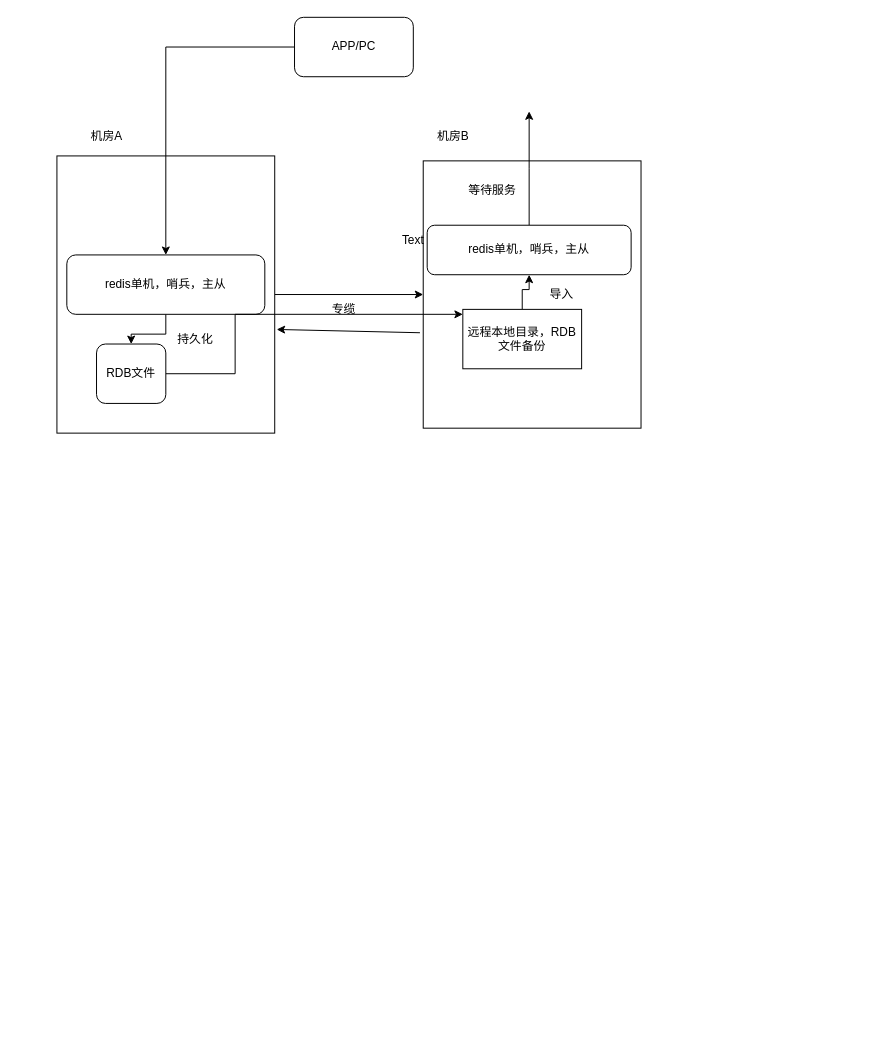
Above: graduation-common/未命名绘图.drawio in curry1028/after (draw.io), before the change. Source tidied: cells renumbered, new cells numbered last; positions are measured from the earlier drawing's top-left corner, leaving out a move shared by most shapes. Both pictures are drawn from the tidied source at 99%, with x=0, y=0 at pixel (56, 17).
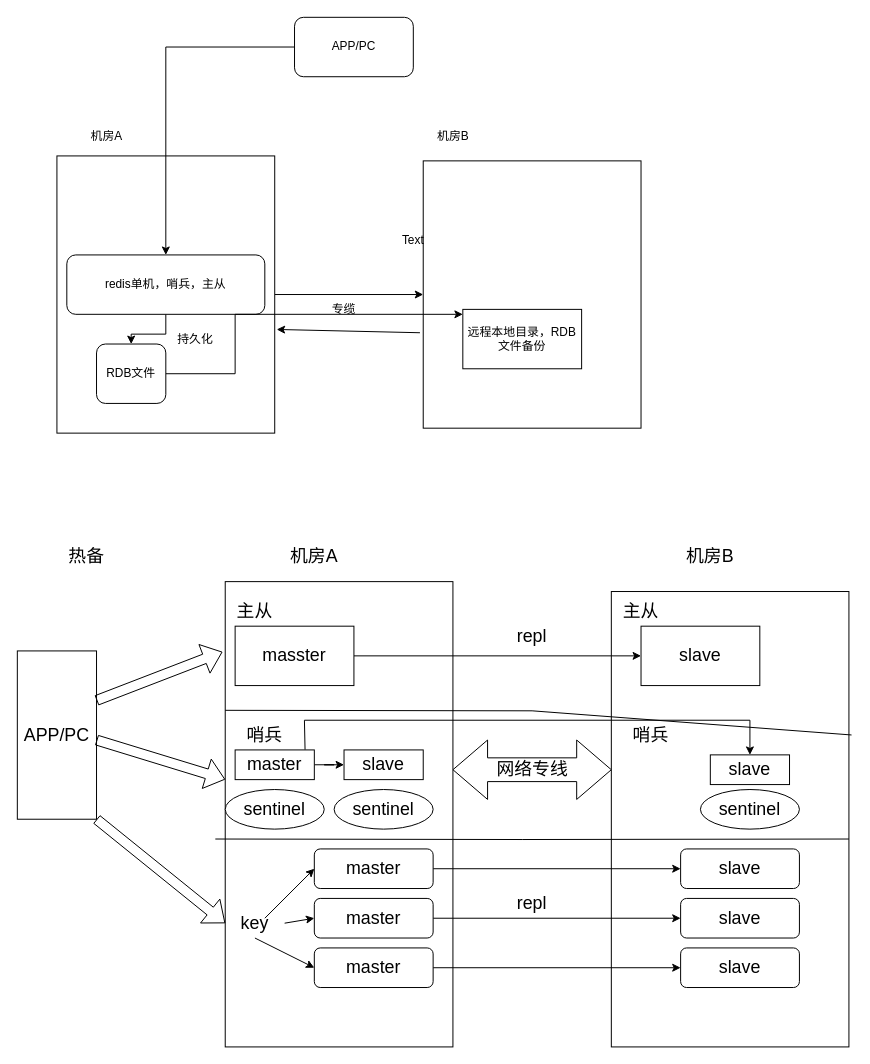
The same diagram, later.

Commit message:
更新未命名绘图.drawio

Unchanged cells that the change refers to:
```xml
<mxCell id="17" value="远程本地目录，RDB文件备份" style="rounded=0;whiteSpace=wrap;html=1;" parent="1" vertex="1">
  <mxGeometry x="410" y="295" width="120" height="60" as="geometry" />
</mxCell>
```

The edit, as a diff of the source:
```diff
@@
-    <mxCell id="16" style="edgeStyle=orthogonalEdgeStyle;rounded=0;jettySize=auto;html=1;" parent="1" edge="1" source="17" target="19">
-      <mxGeometry relative="1" as="geometry" />
-    </mxCell>
@@
-    <mxCell id="18" style="edgeStyle=orthogonalEdgeStyle;rounded=0;jettySize=auto;html=1;" parent="1" edge="1" source="19">
-      <mxGeometry relative="1" as="geometry">
-        <mxPoint x="477" y="95" as="targetPoint" />
-      </mxGeometry>
-    </mxCell>
-    <mxCell id="19" value="redis单机，哨兵，主从" style="rounded=1;whiteSpace=wrap;html=1;" parent="1" vertex="1">
-      <mxGeometry x="374" y="210" width="206" height="50" as="geometry" />
-    </mxCell>
-    <mxCell id="20" value="导入" style="text;html=1;strokeColor=none;fillColor=none;align=center;verticalAlign=middle;whiteSpace=wrap;rounded=0;" parent="1" vertex="1">
-      <mxGeometry x="480" y="265" width="60" height="30" as="geometry" />
-    </mxCell>
@@
-    <mxCell id="22" value="等待服务" style="text;html=1;strokeColor=none;fillColor=none;align=center;verticalAlign=middle;whiteSpace=wrap;rounded=0;" parent="1" vertex="1">
-      <mxGeometry x="410" y="160" width="60" height="30" as="geometry" />
-    </mxCell>
+    <mxCell id="23" style="rounded=0;whiteSpace=wrap;html=1;" parent="1" vertex="1">
+      <mxGeometry x="170" y="570" width="230" height="470" as="geometry" />
+    </mxCell>
+    <mxCell id="24" style="rounded=0;whiteSpace=wrap;html=1;" parent="1" vertex="1">
+      <mxGeometry x="560" y="580" width="240" height="460" as="geometry" />
+    </mxCell>
+    <mxCell id="25" value="&lt;font style=&quot;font-size: 18px;&quot;&gt;热备&lt;/font&gt;" style="text;html=1;strokeColor=none;fillColor=none;align=center;verticalAlign=middle;whiteSpace=wrap;rounded=0;" parent="1" vertex="1">
+      <mxGeometry x="-20" y="520" width="100" height="50" as="geometry" />
+    </mxCell>
+    <mxCell id="26" value="机房B" style="text;html=1;strokeColor=none;fillColor=none;align=center;verticalAlign=middle;whiteSpace=wrap;rounded=0;fontSize=18;" parent="1" vertex="1">
+      <mxGeometry x="630" y="530" width="60" height="30" as="geometry" />
+    </mxCell>
+    <mxCell id="27" value="机房A" style="text;html=1;strokeColor=none;fillColor=none;align=center;verticalAlign=middle;whiteSpace=wrap;rounded=0;fontSize=18;" parent="1" vertex="1">
+      <mxGeometry x="230" y="530" width="60" height="30" as="geometry" />
+    </mxCell>
+    <mxCell id="28" style="edgeStyle=orthogonalEdgeStyle;rounded=0;jettySize=auto;html=1;fontSize=18;" parent="1" edge="1" source="29" target="35">
+      <mxGeometry relative="1" as="geometry" />
+    </mxCell>
+    <mxCell id="29" value="masster" style="rounded=0;whiteSpace=wrap;html=1;fontSize=18;" parent="1" vertex="1">
+      <mxGeometry x="180" y="615" width="120" height="60" as="geometry" />
+    </mxCell>
+    <mxCell id="30" style="endArrow=none;html=1;rounded=0;fontSize=18;exitX=0;exitY=0.25;exitDx=0;exitDy=0;" parent="1" edge="1">
+      <mxGeometry relative="1" as="geometry">
+        <mxPoint x="160" y="830" as="sourcePoint" />
+        <mxPoint x="800" y="830" as="targetPoint" />
+        <Array as="points">
+          <mxPoint x="470" y="830.5" />
+        </Array>
+      </mxGeometry>
+    </mxCell>
+    <mxCell id="31" style="endArrow=none;html=1;rounded=0;fontSize=18;exitX=0;exitY=0.25;exitDx=0;exitDy=0;entryX=1.011;entryY=0.315;entryDx=0;entryDy=0;entryPerimeter=0;" parent="1" edge="1" target="24">
+      <mxGeometry relative="1" as="geometry">
+        <mxPoint x="170" y="700" as="sourcePoint" />
+        <Array as="points">
+          <mxPoint x="480" y="700.5" />
+        </Array>
+      </mxGeometry>
+    </mxCell>
+    <mxCell id="32" value="APP/PC" style="rounded=0;whiteSpace=wrap;html=1;fontSize=18;" parent="1" vertex="1">
+      <mxGeometry x="-40" y="640" width="80" height="170" as="geometry" />
+    </mxCell>
+    <mxCell id="33" value="主从" style="text;html=1;strokeColor=none;fillColor=none;align=center;verticalAlign=middle;whiteSpace=wrap;rounded=0;fontSize=18;" parent="1" vertex="1">
+      <mxGeometry x="170" y="585" width="60" height="30" as="geometry" />
+    </mxCell>
+    <mxCell id="34" value="主从" style="text;html=1;strokeColor=none;fillColor=none;align=center;verticalAlign=middle;whiteSpace=wrap;rounded=0;fontSize=18;" parent="1" vertex="1">
+      <mxGeometry x="560" y="585" width="60" height="30" as="geometry" />
+    </mxCell>
+    <mxCell id="35" value="slave" style="rounded=0;whiteSpace=wrap;html=1;fontSize=18;" parent="1" vertex="1">
+      <mxGeometry x="590" y="615" width="120" height="60" as="geometry" />
+    </mxCell>
+    <mxCell id="36" value="repl" style="text;html=1;strokeColor=none;fillColor=none;align=center;verticalAlign=middle;whiteSpace=wrap;rounded=0;fontSize=18;" parent="1" vertex="1">
+      <mxGeometry x="450" y="610" width="60" height="30" as="geometry" />
+    </mxCell>
+    <mxCell id="37" value="网络专线" style="html=1;shadow=0;dashed=0;align=center;verticalAlign=middle;shape=mxgraph.arrows2.twoWayArrow;dy=0.6;dx=35;fontSize=18;" parent="1" vertex="1">
+      <mxGeometry x="400" y="730" width="160" height="60" as="geometry" />
+    </mxCell>
+    <mxCell id="38" value="哨兵" style="text;html=1;strokeColor=none;fillColor=none;align=center;verticalAlign=middle;whiteSpace=wrap;rounded=0;fontSize=18;" parent="1" vertex="1">
+      <mxGeometry x="180" y="710" width="60" height="30" as="geometry" />
+    </mxCell>
+    <mxCell id="39" value="哨兵" style="text;html=1;strokeColor=none;fillColor=none;align=center;verticalAlign=middle;whiteSpace=wrap;rounded=0;fontSize=18;" parent="1" vertex="1">
+      <mxGeometry x="570" y="710" width="60" height="30" as="geometry" />
+    </mxCell>
+    <mxCell id="40" style="edgeStyle=orthogonalEdgeStyle;rounded=0;jettySize=auto;html=1;entryX=0;entryY=0.5;entryDx=0;entryDy=0;fontSize=18;" parent="1" edge="1" source="41" target="42">
+      <mxGeometry relative="1" as="geometry" />
+    </mxCell>
+    <mxCell id="41" value="master" style="rounded=0;whiteSpace=wrap;html=1;fontSize=18;" parent="1" vertex="1">
+      <mxGeometry x="180" y="740" width="80" height="30" as="geometry" />
+    </mxCell>
+    <mxCell id="42" value="slave" style="rounded=0;whiteSpace=wrap;html=1;fontSize=18;" parent="1" vertex="1">
+      <mxGeometry x="290" y="740" width="80" height="30" as="geometry" />
+    </mxCell>
+    <mxCell id="43" value="sentinel" style="ellipse;whiteSpace=wrap;html=1;fontSize=18;" parent="1" vertex="1">
+      <mxGeometry x="170" y="780" width="100" height="40" as="geometry" />
+    </mxCell>
+    <mxCell id="44" value="sentinel" style="ellipse;whiteSpace=wrap;html=1;fontSize=18;" parent="1" vertex="1">
+      <mxGeometry x="280" y="780" width="100" height="40" as="geometry" />
+    </mxCell>
+    <mxCell id="45" value="slave" style="rounded=0;whiteSpace=wrap;html=1;fontSize=18;" parent="1" vertex="1">
+      <mxGeometry x="660" y="745" width="80" height="30" as="geometry" />
+    </mxCell>
+    <mxCell id="46" value="sentinel" style="ellipse;whiteSpace=wrap;html=1;fontSize=18;" parent="1" vertex="1">
+      <mxGeometry x="650" y="780" width="100" height="40" as="geometry" />
+    </mxCell>
+    <mxCell id="47" style="endArrow=classic;html=1;rounded=0;fontSize=18;exitX=0.883;exitY=-0.011;exitDx=0;exitDy=0;exitPerimeter=0;" parent="1" edge="1" source="41" target="45">
+      <mxGeometry relative="1" as="geometry">
+        <Array as="points">
+          <mxPoint x="250" y="710" />
+          <mxPoint x="700" y="710" />
+        </Array>
+      </mxGeometry>
+    </mxCell>
+    <mxCell id="48" style="edgeStyle=orthogonalEdgeStyle;rounded=0;jettySize=auto;html=1;fontSize=18;" parent="1" edge="1" source="49" target="58">
+      <mxGeometry relative="1" as="geometry" />
+    </mxCell>
+    <mxCell id="49" value="master" style="rounded=1;whiteSpace=wrap;html=1;fontSize=18;" parent="1" vertex="1">
+      <mxGeometry x="260" y="840" width="120" height="40" as="geometry" />
+    </mxCell>
+    <mxCell id="50" style="edgeStyle=orthogonalEdgeStyle;rounded=0;jettySize=auto;html=1;fontSize=18;" parent="1" edge="1" source="51" target="59">
+      <mxGeometry relative="1" as="geometry" />
+    </mxCell>
+    <mxCell id="51" value="master" style="rounded=1;whiteSpace=wrap;html=1;fontSize=18;" parent="1" vertex="1">
+      <mxGeometry x="260" y="890" width="120" height="40" as="geometry" />
+    </mxCell>
+    <mxCell id="52" style="edgeStyle=orthogonalEdgeStyle;rounded=0;jettySize=auto;html=1;fontSize=18;" parent="1" edge="1" source="53" target="60">
+      <mxGeometry relative="1" as="geometry" />
+    </mxCell>
+    <mxCell id="53" value="master" style="rounded=1;whiteSpace=wrap;html=1;fontSize=18;" parent="1" vertex="1">
+      <mxGeometry x="260" y="940" width="120" height="40" as="geometry" />
+    </mxCell>
+    <mxCell id="54" value="key" style="text;html=1;strokeColor=none;fillColor=none;align=center;verticalAlign=middle;whiteSpace=wrap;rounded=0;fontSize=18;" parent="1" vertex="1">
+      <mxGeometry x="170" y="900" width="60" height="30" as="geometry" />
+    </mxCell>
+    <mxCell id="55" style="endArrow=classic;html=1;rounded=0;fontSize=18;" parent="1" edge="1">
+      <mxGeometry relative="1" as="geometry">
+        <mxPoint x="210" y="910" as="sourcePoint" />
+        <mxPoint x="260" y="860" as="targetPoint" />
+      </mxGeometry>
+    </mxCell>
+    <mxCell id="56" style="endArrow=classic;html=1;rounded=0;fontSize=18;entryX=0;entryY=0.5;entryDx=0;entryDy=0;exitX=0.5;exitY=1;exitDx=0;exitDy=0;" parent="1" edge="1" source="54" target="53">
+      <mxGeometry relative="1" as="geometry" />
+    </mxCell>
+    <mxCell id="57" style="endArrow=classic;html=1;rounded=0;fontSize=18;exitX=1;exitY=0.5;exitDx=0;exitDy=0;entryX=0;entryY=0.5;entryDx=0;entryDy=0;" parent="1" edge="1" source="54" target="51">
+      <mxGeometry relative="1" as="geometry" />
+    </mxCell>
+    <mxCell id="58" value="slave" style="rounded=1;whiteSpace=wrap;html=1;fontSize=18;" parent="1" vertex="1">
+      <mxGeometry x="630" y="840" width="120" height="40" as="geometry" />
+    </mxCell>
+    <mxCell id="59" value="slave" style="rounded=1;whiteSpace=wrap;html=1;fontSize=18;" parent="1" vertex="1">
+      <mxGeometry x="630" y="890" width="120" height="40" as="geometry" />
+    </mxCell>
+    <mxCell id="60" value="slave" style="rounded=1;whiteSpace=wrap;html=1;fontSize=18;" parent="1" vertex="1">
+      <mxGeometry x="630" y="940" width="120" height="40" as="geometry" />
+    </mxCell>
+    <mxCell id="61" value="repl" style="text;html=1;strokeColor=none;fillColor=none;align=center;verticalAlign=middle;whiteSpace=wrap;rounded=0;fontSize=18;" parent="1" vertex="1">
+      <mxGeometry x="450" y="880" width="60" height="30" as="geometry" />
+    </mxCell>
+    <mxCell id="62" style="shape=flexArrow;endArrow=classic;html=1;rounded=0;fontSize=18;entryX=-0.012;entryY=0.151;entryDx=0;entryDy=0;entryPerimeter=0;" parent="1" edge="1" target="23">
+      <mxGeometry relative="1" as="geometry">
+        <mxPoint x="40" y="690" as="sourcePoint" />
+      </mxGeometry>
+    </mxCell>
+    <mxCell id="63" style="shape=flexArrow;endArrow=classic;html=1;rounded=0;fontSize=18;" parent="1" edge="1" target="23">
+      <mxGeometry relative="1" as="geometry">
+        <mxPoint x="40" y="730" as="sourcePoint" />
+      </mxGeometry>
+    </mxCell>
+    <mxCell id="64" style="shape=flexArrow;endArrow=classic;html=1;rounded=0;fontSize=18;entryX=0;entryY=0.5;entryDx=0;entryDy=0;" parent="1" edge="1" target="54">
+      <mxGeometry relative="1" as="geometry">
+        <mxPoint x="40" y="810" as="sourcePoint" />
+      </mxGeometry>
+    </mxCell>
```
